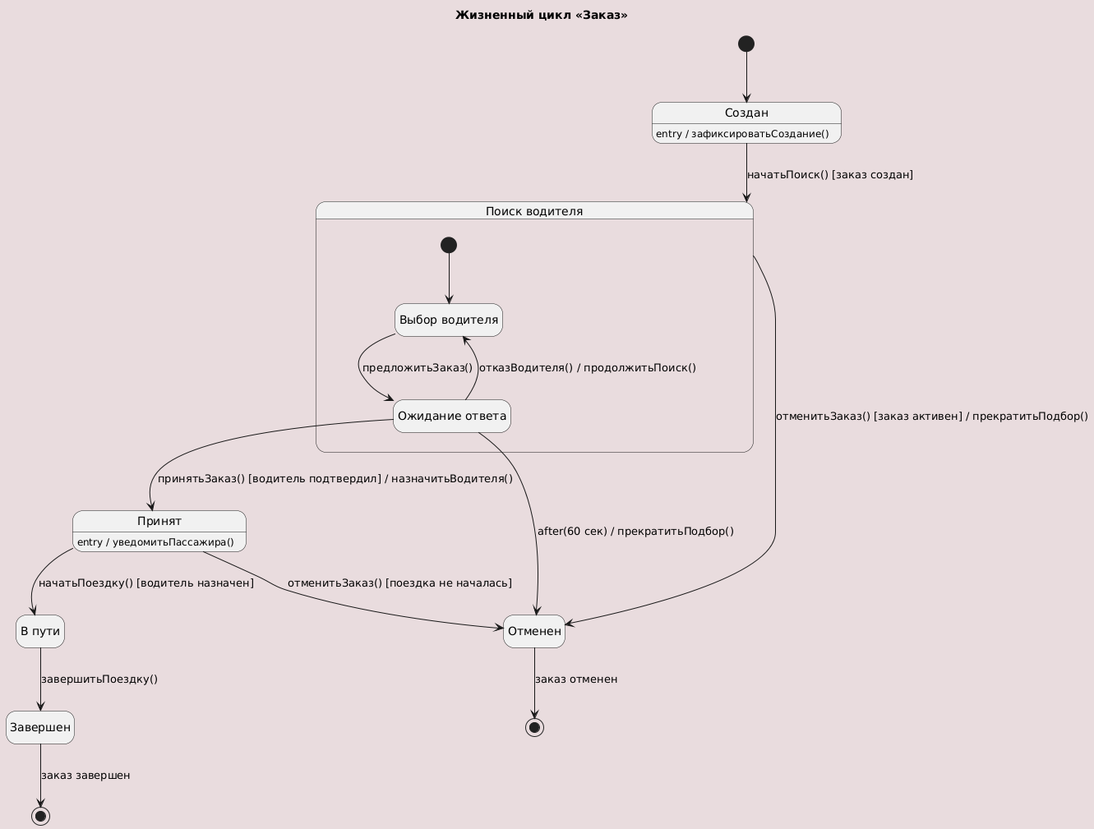
This is out/png/lifecycle.png from Allureeee/uml-kuznetsova-20, a PlantUML export, as it was before one commit.
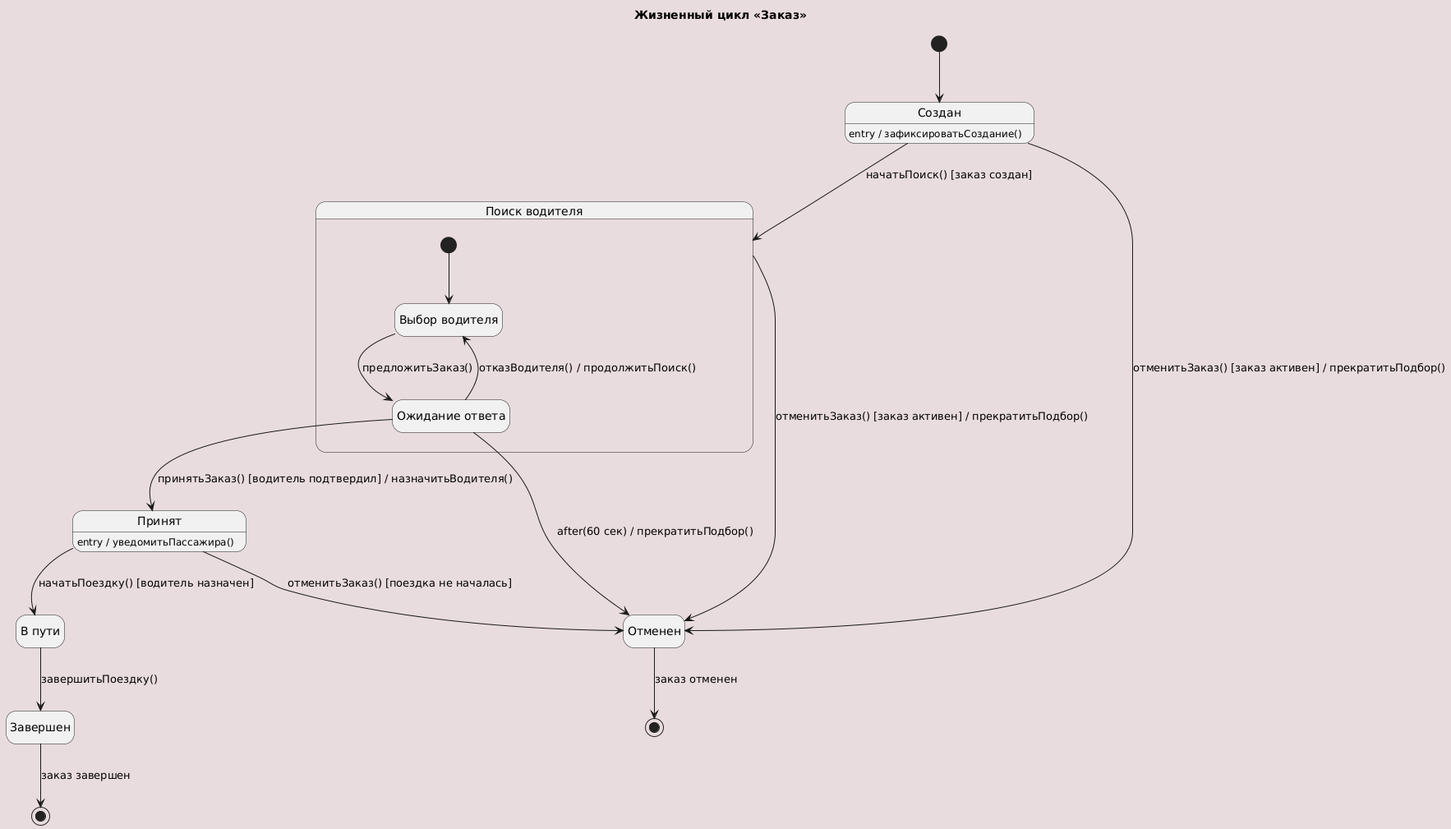
Above is the later version.

Diff of the diagram source:
```diff
@@ -28,6 +28,7 @@
 
 Created : entry / зафиксироватьСоздание()
 Created --> Search : начатьПоиск() [заказ создан]
+Created --> Cancelled : отменитьЗаказ() [заказ активен] / прекратитьПодбор()
 Search --> Cancelled : отменитьЗаказ() [заказ активен] / прекратитьПодбор()
 Wait --> Cancelled : after(60 сек) / прекратитьПодбор()
 Accepted : entry / уведомитьПассажира()
```
